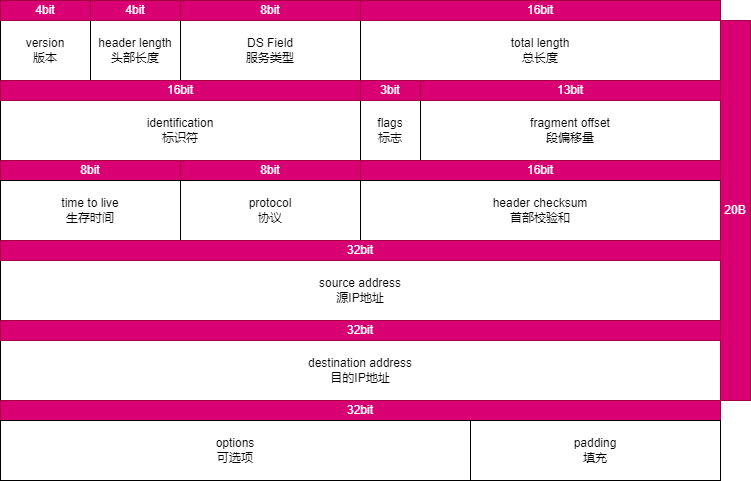
Before: markdown/img/网络/HCIA/IP报文头部结构.png, a diagram exported from draw.io (wohtnaw/wohtnawmarkdown). Source tidied: cells renumbered, new cells last; positions are measured from the earlier drawing's top-left corner, leaving out a move shared by most shapes.
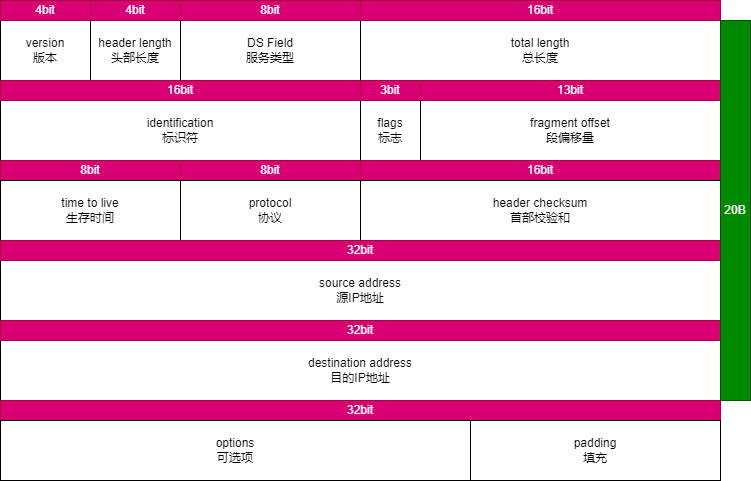
After the commit.

The edit, as a diff of the source:
```diff
@@ -83,7 +83,7 @@
     <mxCell id="28" value="padding&lt;br&gt;填充" style="rounded=0;whiteSpace=wrap;html=1;" parent="1" vertex="1">
       <mxGeometry x="470" y="420" width="250" height="60" as="geometry" />
     </mxCell>
-    <mxCell id="29" value="20B" style="rounded=0;whiteSpace=wrap;html=1;fillColor=#d80073;fontColor=#ffffff;strokeColor=#A50040;" parent="1" vertex="1">
+    <mxCell id="29" value="20B" style="rounded=0;whiteSpace=wrap;html=1;fillColor=#008a00;fontColor=#ffffff;strokeColor=#005700;" parent="1" vertex="1">
       <mxGeometry x="720" y="20" width="30" height="380" as="geometry" />
     </mxCell>
   </root>
```
